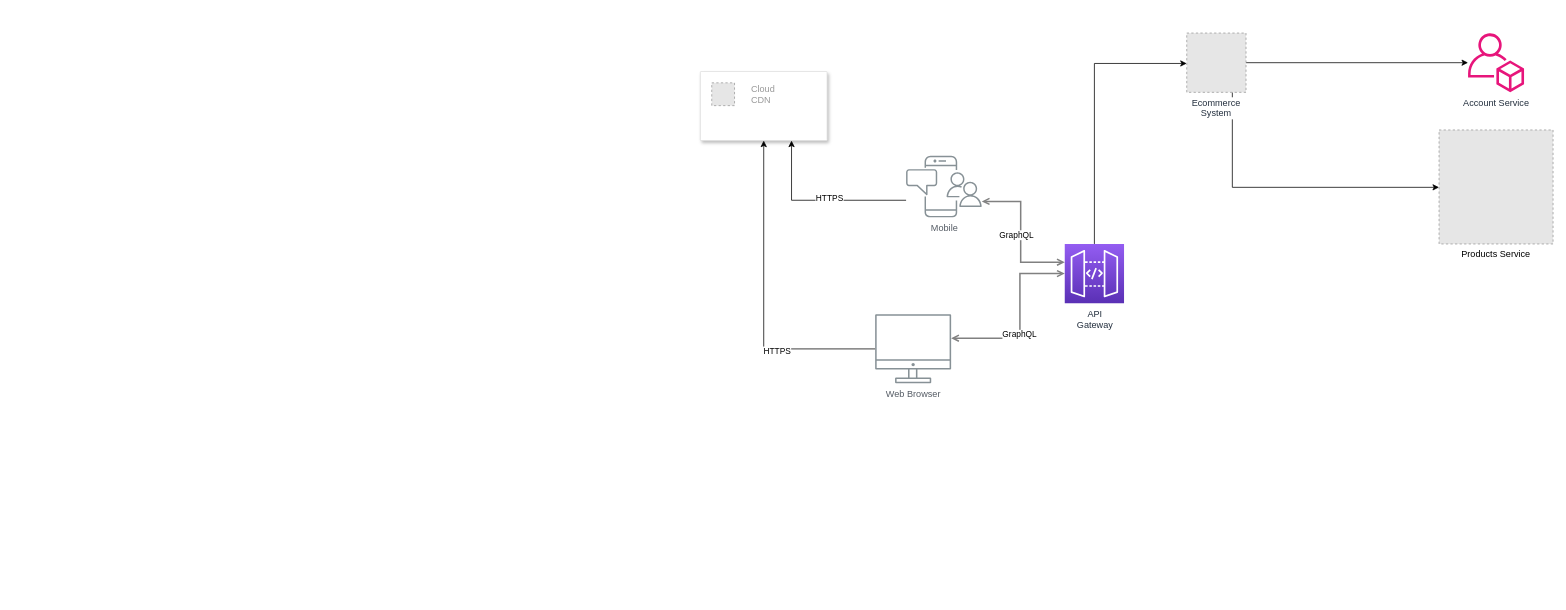
criptycal/cryptse keeps this draw.io diagram as MicroservicesArchitectureDiagram.drawio. Above is the earlier version. Source tidied: cells renumbered, new cells numbered last; positions are measured from the earlier drawing's top-left corner, leaving out a move shared by most shapes. Both pictures are drawn from the tidied source at 76%, with x=0, y=0 at pixel (700, 33). Pictures stored in the file or linked from it are replaced by grey dashed boxes.
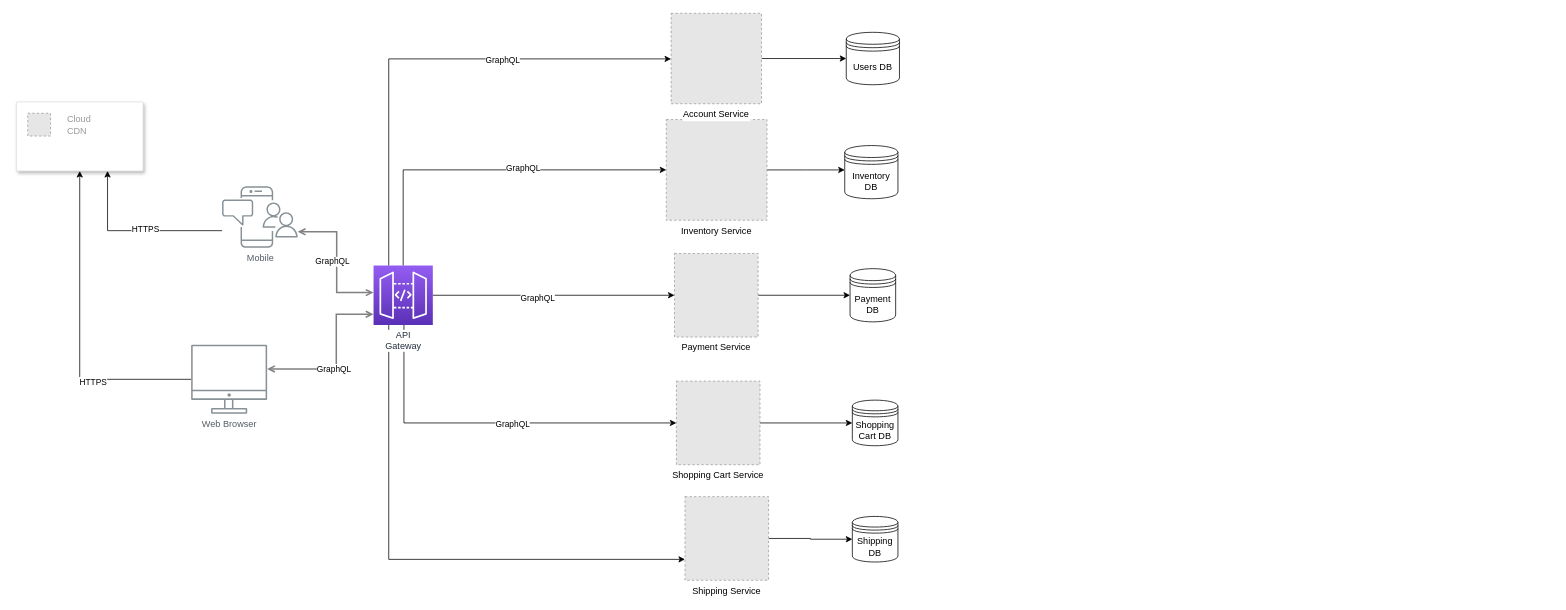
After the change.

What changed in the source:
```diff
@@
     <mxCell id="2" style="edgeStyle=orthogonalEdgeStyle;rounded=0;jettySize=auto;html=1;startArrow=open;startFill=0;endArrow=open;endFill=0;strokeWidth=2;strokeColor=#808080;" parent="1" edge="1" source="8" target="11">
       <mxGeometry relative="1" as="geometry">
         <Array as="points">
-          <mxPoint x="420.5" y="401.5" />
-          <mxPoint x="420.5" y="316.5" />
+          <mxPoint x="-479" y="442" />
+          <mxPoint x="-479" y="370" />
         </Array>
       </mxGeometry>
     </mxCell>
@@
     <mxCell id="4" style="edgeStyle=orthogonalEdgeStyle;rounded=0;jettySize=auto;html=1;startArrow=open;startFill=0;endArrow=open;endFill=0;strokeWidth=2;strokeColor=#808080;" parent="1" edge="1" source="9" target="11">
       <mxGeometry relative="1" as="geometry">
         <Array as="points">
-          <mxPoint x="421.5" y="221.5" />
-          <mxPoint x="421.5" y="301.5" />
+          <mxPoint x="-478.5" y="261.5" />
+          <mxPoint x="-478.5" y="341.5" />
         </Array>
       </mxGeometry>
     </mxCell>
@@
     <mxCell id="8" value="Web Browser&lt;div&gt;&lt;br&gt;&lt;/div&gt;" style="outlineConnect=0;gradientColor=none;fontColor=#545B64;strokeColor=none;fillColor=#879196;dashed=0;verticalLabelPosition=bottom;verticalAlign=top;align=center;html=1;fontSize=12;fontStyle=0;shape=mxgraph.aws4.illustration_desktop;labelBackgroundColor=#ffffff;" parent="1" vertex="1">
-      <mxGeometry x="230" y="370" width="100" height="91" as="geometry" />
+      <mxGeometry x="-670" y="410" width="100" height="91" as="geometry" />
     </mxCell>
     <mxCell id="9" value="Mobile" style="outlineConnect=0;gradientColor=none;fontColor=#545B64;strokeColor=none;fillColor=#879196;dashed=0;verticalLabelPosition=bottom;verticalAlign=top;align=center;html=1;fontSize=12;fontStyle=0;shape=mxgraph.aws4.illustration_notification;labelBackgroundColor=#ffffff;" parent="1" vertex="1">
-      <mxGeometry x="270.5" y="161.5" width="100" height="81" as="geometry" />
+      <mxGeometry x="-629.5" y="201.5" width="100" height="81" as="geometry" />
     </mxCell>
-    <mxCell id="10" style="edgeStyle=orthogonalEdgeStyle;rounded=0;jettySize=auto;html=1;" parent="1" edge="1" source="11" target="18">
-      <mxGeometry relative="1" as="geometry">
-        <Array as="points">
-          <mxPoint x="519" y="40" />
-        </Array>
-      </mxGeometry>
-    </mxCell>
+    <mxCell id="21" style="edgeStyle=orthogonalEdgeStyle;rounded=0;jettySize=auto;html=1;" parent="1" edge="1" source="11" target="19">
+      <mxGeometry relative="1" as="geometry">
+        <Array as="points">
+          <mxPoint x="-410" y="34" />
+        </Array>
+      </mxGeometry>
+    </mxCell>
+    <mxCell id="22" value="GraphQL" style="edgeLabel;html=1;align=center;verticalAlign=middle;" parent="21" vertex="1">
+      <mxGeometry x="0.31" y="-1" relative="1" as="geometry" />
+    </mxCell>
+    <mxCell id="23" style="edgeStyle=orthogonalEdgeStyle;rounded=0;jettySize=auto;html=1;" parent="1" edge="1" source="11" target="20">
+      <mxGeometry relative="1" as="geometry">
+        <Array as="points">
+          <mxPoint x="-391" y="180" />
+        </Array>
+      </mxGeometry>
+    </mxCell>
+    <mxCell id="24" value="GraphQL" style="edgeLabel;html=1;align=center;verticalAlign=middle;" parent="23" vertex="1">
+      <mxGeometry x="0.2" y="3" relative="1" as="geometry" />
+    </mxCell>
+    <mxCell id="25" style="edgeStyle=orthogonalEdgeStyle;rounded=0;jettySize=auto;html=1;" parent="1" edge="1" source="11" target="34">
+      <mxGeometry relative="1" as="geometry" />
+    </mxCell>
+    <mxCell id="26" value="GraphQL" style="edgeLabel;html=1;align=center;verticalAlign=middle;" parent="25" vertex="1">
+      <mxGeometry x="-0.14" y="-3" relative="1" as="geometry" />
+    </mxCell>
+    <mxCell id="27" style="edgeStyle=orthogonalEdgeStyle;rounded=0;jettySize=auto;html=1;" parent="1" edge="1" source="11" target="38">
+      <mxGeometry relative="1" as="geometry">
+        <Array as="points">
+          <mxPoint x="-390" y="513" />
+        </Array>
+      </mxGeometry>
+    </mxCell>
+    <mxCell id="28" value="GraphQL" style="edgeLabel;html=1;align=center;verticalAlign=middle;" parent="27" vertex="1">
+      <mxGeometry x="0.11" y="-1" relative="1" as="geometry" />
+    </mxCell>
+    <mxCell id="29" style="edgeStyle=orthogonalEdgeStyle;rounded=0;jettySize=auto;html=1;entryX=0;entryY=0.75;entryDx=0;entryDy=0;" parent="1" edge="1" source="11" target="41">
+      <mxGeometry relative="1" as="geometry">
+        <Array as="points">
+          <mxPoint x="-410" y="693" />
+        </Array>
+      </mxGeometry>
+    </mxCell>
     <mxCell id="11" value="API&lt;br&gt;Gateway" style="outlineConnect=0;fontColor=#232F3E;gradientColor=#945DF2;gradientDirection=north;fillColor=#5A30B5;strokeColor=#ffffff;dashed=0;verticalLabelPosition=bottom;verticalAlign=top;align=center;html=1;fontSize=12;fontStyle=0;shape=mxgraph.aws4.resourceIcon;resIcon=mxgraph.aws4.api_gateway;labelBackgroundColor=#ffffff;" parent="1" vertex="1">
-      <mxGeometry x="479.5" y="277.5" width="78" height="78" as="geometry" />
+      <mxGeometry x="-430" y="306" width="78" height="78" as="geometry" />
     </mxCell>
     <mxCell id="12" style="strokeColor=#dddddd;shadow=1;strokeWidth=1;rounded=1;absoluteArcSize=1;arcSize=2;" parent="1" vertex="1">
-      <mxGeometry y="50.5" width="166.8" height="91" as="geometry" />
+      <mxGeometry x="-900" y="90.5" width="166.8" height="91" as="geometry" />
     </mxCell>
@@
     <mxCell id="14" style="edgeStyle=orthogonalEdgeStyle;rounded=0;jettySize=auto;html=1;" parent="1" edge="1" source="9" target="12">
       <mxGeometry relative="1" as="geometry">
         <Array as="points">
-          <mxPoint x="120" y="220" />
+          <mxPoint x="-780" y="260" />
         </Array>
       </mxGeometry>
     </mxCell>
@@
-    <mxCell id="16" style="edgeStyle=orthogonalEdgeStyle;rounded=0;jettySize=auto;html=1;" parent="1" edge="1" source="18" target="19">
-      <mxGeometry relative="1" as="geometry" />
-    </mxCell>
-    <mxCell id="17" style="edgeStyle=orthogonalEdgeStyle;rounded=0;jettySize=auto;html=1;" parent="1" edge="1" source="18" target="20">
-      <mxGeometry relative="1" as="geometry">
-        <Array as="points">
-          <mxPoint x="700" y="203" />
-        </Array>
-      </mxGeometry>
-    </mxCell>
-    <mxCell id="18" value="Ecommerce System" style="fillColor=#E6E6E6;strokeColor=#999999;dashed=1;fontColor=#232F3E;verticalLabelPosition=bottom;verticalAlign=top;align=center;html=1;fontSize=12;fontStyle=0;labelBackgroundColor=#ffffff;whiteSpace=wrap;" parent="1" vertex="1">
-      <mxGeometry x="640" width="78" height="78" as="geometry" />
-    </mxCell>
+    <mxCell id="30" style="edgeStyle=orthogonalEdgeStyle;rounded=0;jettySize=auto;html=1;" parent="1" edge="1" source="20" target="32">
+      <mxGeometry relative="1" as="geometry">
+        <Array as="points">
+          <mxPoint x="140" y="180" />
+          <mxPoint x="140" y="180" />
+        </Array>
+      </mxGeometry>
+    </mxCell>
+    <mxCell id="20" value="Inventory Service" style="fillColor=#E6E6E6;strokeColor=#999999;dashed=1;verticalLabelPosition=bottom;labelBackgroundColor=default;verticalAlign=top;" parent="1" vertex="1">
+      <mxGeometry x="-44.8" y="113.8" width="132.5" height="132.5" as="geometry" />
+    </mxCell>
+    <mxCell id="31" value="Users DB" style="shape=datastore;whiteSpace=wrap;html=1;" parent="1" vertex="1">
+      <mxGeometry x="192" y="-1" width="70" height="69" as="geometry" />
+    </mxCell>
+    <mxCell id="32" value="Inventory DB" style="shape=datastore;whiteSpace=wrap;html=1;" parent="1" vertex="1">
+      <mxGeometry x="190" y="148" width="70" height="70" as="geometry" />
+    </mxCell>
+    <mxCell id="33" style="edgeStyle=orthogonalEdgeStyle;rounded=0;jettySize=auto;html=1;" parent="1" edge="1" source="34" target="35">
+      <mxGeometry relative="1" as="geometry" />
+    </mxCell>
+    <mxCell id="34" value="Payment Service" style="fillColor=#E6E6E6;strokeColor=#999999;dashed=1;verticalLabelPosition=bottom;labelBackgroundColor=default;verticalAlign=top;" parent="1" vertex="1">
+      <mxGeometry x="-34" y="290" width="110" height="110" as="geometry" />
+    </mxCell>
+    <mxCell id="35" value="Payment DB" style="shape=datastore;whiteSpace=wrap;html=1;" parent="1" vertex="1">
+      <mxGeometry x="197" y="310" width="60" height="70" as="geometry" />
+    </mxCell>
+    <mxCell id="36" style="edgeStyle=orthogonalEdgeStyle;rounded=0;jettySize=auto;html=1;" parent="1" edge="1" source="19" target="31">
+      <mxGeometry relative="1" as="geometry" />
+    </mxCell>
-    <mxCell id="19" value="Account Service" style="sketch=0;outlineConnect=0;fontColor=#232F3E;gradientColor=none;fillColor=#E7157B;strokeColor=none;dashed=0;verticalLabelPosition=bottom;verticalAlign=top;align=center;html=1;fontSize=12;fontStyle=0;shape=mxgraph.aws4.organizations_account;" parent="1" vertex="1">
-      <mxGeometry x="1010" width="74" height="78" as="geometry" />
+    <mxCell id="19" value="Account Service" style="fillColor=#E6E6E6;strokeColor=#999999;dashed=1;verticalLabelPosition=bottom;labelBackgroundColor=default;verticalAlign=top;" parent="1" vertex="1">
+      <mxGeometry x="-38.5" y="-26" width="119" height="119" as="geometry" />
     </mxCell>
-    <mxCell id="20" value="Products Service" style="fillColor=#E6E6E6;strokeColor=#999999;dashed=1;verticalLabelPosition=bottom;labelBackgroundColor=default;verticalAlign=top;" parent="1" vertex="1">
-      <mxGeometry x="972" y="127.5" width="150" height="150" as="geometry" />
-    </mxCell>
+    <mxCell id="37" style="edgeStyle=orthogonalEdgeStyle;rounded=0;jettySize=auto;html=1;" parent="1" edge="1" source="38" target="39">
+      <mxGeometry relative="1" as="geometry" />
+    </mxCell>
+    <mxCell id="38" value="Shopping Cart Service" style="fillColor=#E6E6E6;strokeColor=#999999;dashed=1;verticalLabelPosition=bottom;labelBackgroundColor=default;verticalAlign=top;" parent="1" vertex="1">
+      <mxGeometry x="-31.5" y="458" width="110" height="110" as="geometry" />
+    </mxCell>
+    <mxCell id="39" value="Shopping Cart DB" style="shape=datastore;whiteSpace=wrap;html=1;" parent="1" vertex="1">
+      <mxGeometry x="200" y="483" width="60" height="60" as="geometry" />
+    </mxCell>
+    <mxCell id="40" style="edgeStyle=orthogonalEdgeStyle;rounded=0;jettySize=auto;html=1;entryX=0;entryY=0.5;entryDx=0;entryDy=0;" parent="1" edge="1" source="41" target="42">
+      <mxGeometry relative="1" as="geometry" />
+    </mxCell>
+    <mxCell id="41" value="Shipping Service" style="fillColor=#E6E6E6;strokeColor=#999999;dashed=1;verticalLabelPosition=bottom;labelBackgroundColor=default;verticalAlign=top;" parent="1" vertex="1">
+      <mxGeometry x="-20.2" y="610" width="110" height="110" as="geometry" />
+    </mxCell>
+    <mxCell id="42" value="Shipping DB" style="shape=datastore;whiteSpace=wrap;html=1;" parent="1" vertex="1">
+      <mxGeometry x="200" y="636" width="60" height="60" as="geometry" />
+    </mxCell>
```
